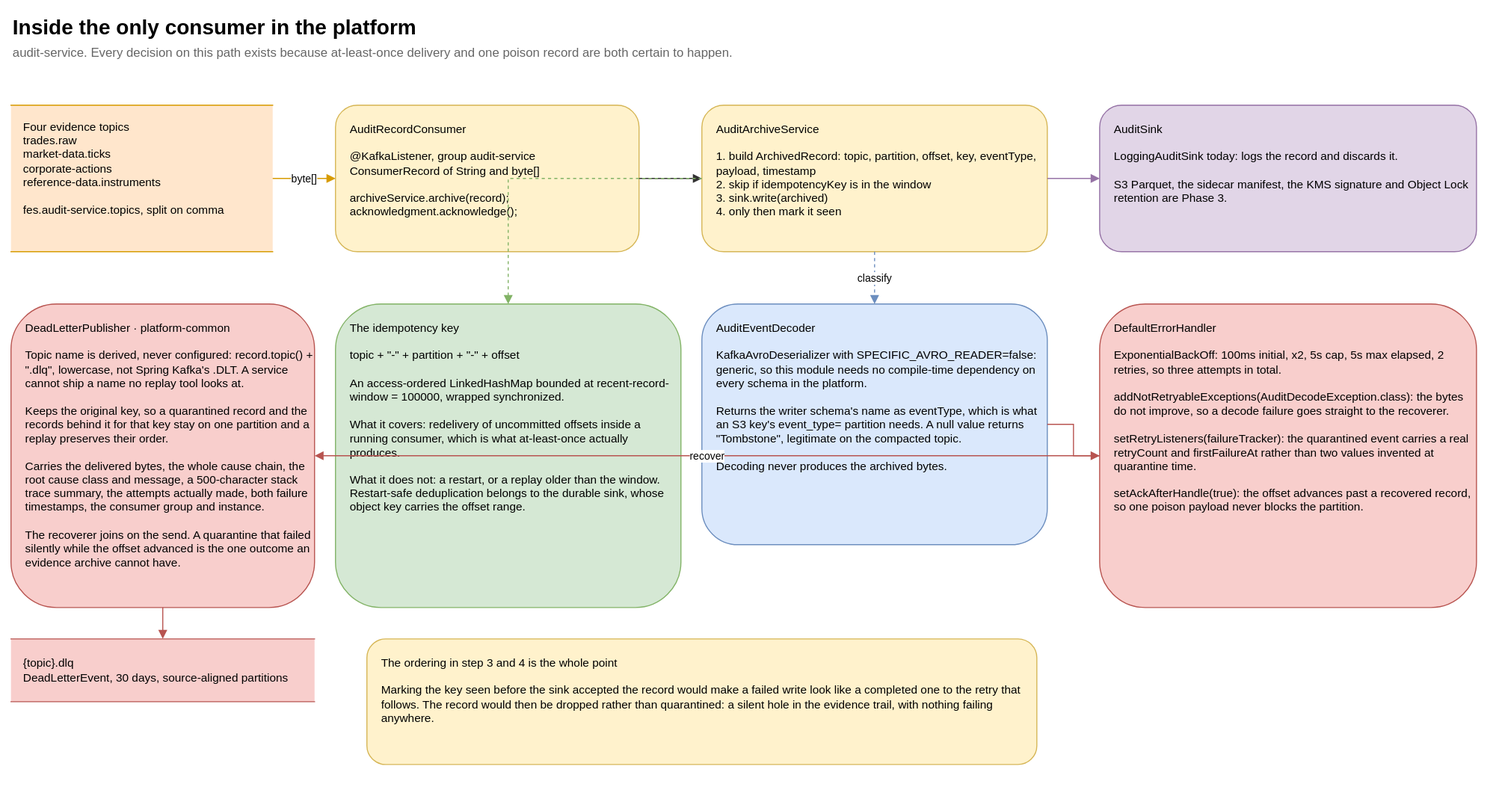
Earlier version of the draw.io export guide/docs/diagrams/audit-consumer.svg (salgotraja/financial-event-streaming-platform). Source tidied: cells renumbered, new cells last; positions are measured from the earlier drawing's top-left corner, leaving out a move shared by most shapes.
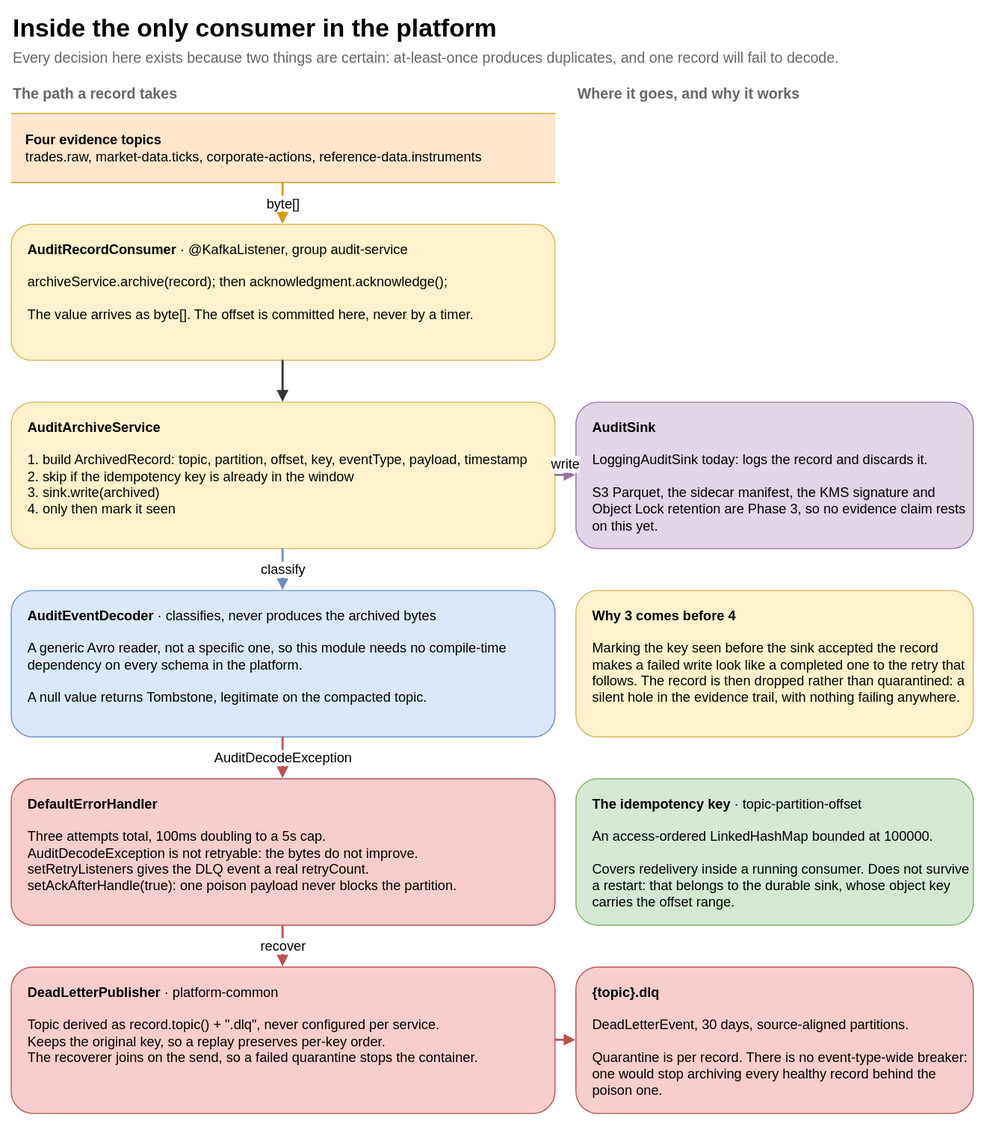
After the commit.

The edit, as a diff of the source:
```diff
@@ -2,65 +2,68 @@
   <root>
     <mxCell id="0" />
     <mxCell id="1" parent="0" />
-    <mxCell id="2" value="Inside the only consumer in the platform" style="text;html=1;strokeColor=none;fillColor=none;align=left;verticalAlign=middle;fontSize=20;fontStyle=1;" parent="1" vertex="1">
-      <mxGeometry width="900" height="30" as="geometry" />
+    <mxCell id="2" value="Inside the only consumer in the platform" style="text;html=1;strokeColor=none;fillColor=none;align=left;verticalAlign=middle;fontSize=24;fontStyle=1;" parent="1" vertex="1">
+      <mxGeometry x="-10" y="2" width="920" height="34" as="geometry" />
     </mxCell>
-    <mxCell id="3" value="audit-service. Every decision on this path exists because at-least-once delivery and one poison record are both certain to happen." style="text;html=1;strokeColor=none;fillColor=none;align=left;verticalAlign=middle;fontSize=12;fontColor=#666666;" parent="1" vertex="1">
-      <mxGeometry y="30" width="1300" height="20" as="geometry" />
+    <mxCell id="3" value="Every decision here exists because two things are certain: at-least-once produces duplicates, and one record will fail to decode." style="text;html=1;strokeColor=none;fillColor=none;align=left;verticalAlign=middle;fontSize=14;fontColor=#666666;" parent="1" vertex="1">
+      <mxGeometry x="-10" y="36" width="920" height="22" as="geometry" />
     </mxCell>
+    <mxCell id="22" value="The path a record takes" style="text;html=1;strokeColor=none;fillColor=none;align=left;verticalAlign=middle;fontSize=14;fontStyle=1;fontColor=#666666;" parent="1" vertex="1">
+      <mxGeometry x="-10" y="70" width="520" height="22" as="geometry" />
+    </mxCell>
+    <mxCell id="23" value="Where it goes, and why it works" style="text;html=1;strokeColor=none;fillColor=none;align=left;verticalAlign=middle;fontSize=14;fontStyle=1;fontColor=#666666;" parent="1" vertex="1">
+      <mxGeometry x="530" y="70" width="380" height="22" as="geometry" />
+    </mxCell>
-    <mxCell id="4" value="Four evidence topics&#10;trades.raw&#10;market-data.ticks&#10;corporate-actions&#10;reference-data.instruments&#10;&#10;fes.audit-service.topics, split on comma" style="shape=partialRectangle;whiteSpace=wrap;html=1;left=0;right=0;fillColor=#ffe6cc;strokeColor=#d79b00;fontSize=11;align=left;spacingLeft=10;verticalAlign=top;spacingTop=8;" parent="1" vertex="1">
-      <mxGeometry y="90" width="250" height="140" as="geometry" />
+    <mxCell id="4" value="&lt;b&gt;Four evidence topics&lt;/b&gt;&lt;br&gt;trades.raw, market-data.ticks, corporate-actions, reference-data.instruments" style="shape=partialRectangle;whiteSpace=wrap;html=1;left=0;right=0;fillColor=#ffe6cc;strokeColor=#d79b00;fontSize=13;align=left;spacingLeft=12;verticalAlign=middle;" parent="1" vertex="1">
+      <mxGeometry x="-10" y="100" width="520" height="66" as="geometry" />
     </mxCell>
-    <mxCell id="5" value="AuditRecordConsumer&#10;&#10;@KafkaListener, group audit-service&#10;ConsumerRecord of String and byte[]&#10;&#10;archiveService.archive(record);&#10;acknowledgment.acknowledge();" style="rounded=1;whiteSpace=wrap;html=1;fillColor=#fff2cc;strokeColor=#d6b656;fontSize=11;align=left;spacingLeft=12;verticalAlign=top;spacingTop=10;" parent="1" vertex="1">
-      <mxGeometry x="310" y="90" width="290" height="140" as="geometry" />
+    <mxCell id="5" value="&lt;b&gt;AuditRecordConsumer&lt;/b&gt; · @KafkaListener, group audit-service&lt;br&gt;&lt;br&gt;archiveService.archive(record); then acknowledgment.acknowledge();&lt;br&gt;&lt;br&gt;The value arrives as byte[]. The offset is committed here, never by a timer." style="rounded=1;whiteSpace=wrap;html=1;fillColor=#fff2cc;strokeColor=#d6b656;fontSize=13;align=left;spacingLeft=14;verticalAlign=top;spacingTop=10;" parent="1" vertex="1">
+      <mxGeometry x="-10" y="206" width="520" height="130" as="geometry" />
     </mxCell>
-    <mxCell id="6" value="AuditArchiveService&#10;&#10;1. build ArchivedRecord: topic, partition, offset, key, eventType, payload, timestamp&#10;2. skip if idempotencyKey is in the window&#10;3. sink.write(archived)&#10;4. only then mark it seen" style="rounded=1;whiteSpace=wrap;html=1;fillColor=#fff2cc;strokeColor=#d6b656;fontSize=11;align=left;spacingLeft=12;verticalAlign=top;spacingTop=10;" parent="1" vertex="1">
-      <mxGeometry x="660" y="90" width="330" height="140" as="geometry" />
+    <mxCell id="6" value="&lt;b&gt;AuditArchiveService&lt;/b&gt;&lt;br&gt;&lt;br&gt;1. build ArchivedRecord: topic, partition, offset, key, eventType, payload, timestamp&lt;br&gt;2. skip if the idempotency key is already in the window&lt;br&gt;3. sink.write(archived)&lt;br&gt;4. only then mark it seen" style="rounded=1;whiteSpace=wrap;html=1;fillColor=#fff2cc;strokeColor=#d6b656;fontSize=13;align=left;spacingLeft=14;verticalAlign=top;spacingTop=10;" parent="1" vertex="1">
+      <mxGeometry x="-10" y="376" width="520" height="140" as="geometry" />
     </mxCell>
-    <mxCell id="7" value="AuditSink&#10;&#10;LoggingAuditSink today: logs the record and discards it.&#10;&#10;S3 Parquet, the sidecar manifest, the KMS signature and Object Lock retention are Phase 3." style="rounded=1;whiteSpace=wrap;html=1;fillColor=#e1d5e7;strokeColor=#9673a6;fontSize=11;align=left;spacingLeft=12;verticalAlign=top;spacingTop=10;" parent="1" vertex="1">
-      <mxGeometry x="1040" y="90" width="360" height="140" as="geometry" />
-    </mxCell>
-    <mxCell id="8" value="AuditEventDecoder&#10;&#10;KafkaAvroDeserializer with SPECIFIC_AVRO_READER=false: generic, so this module needs no compile-time dependency on every schema in the platform.&#10;&#10;Returns the writer schema's name as eventType, which is what an S3 key's event_type= partition needs. A null value returns &quot;Tombstone&quot;, legitimate on the compacted topic.&#10;&#10;Decoding never produces the archived bytes." style="rounded=1;whiteSpace=wrap;html=1;fillColor=#dae8fc;strokeColor=#6c8ebf;fontSize=11;align=left;spacingLeft=12;verticalAlign=top;spacingTop=10;" parent="1" vertex="1">
-      <mxGeometry x="660" y="280" width="330" height="230" as="geometry" />
+    <mxCell id="8" value="&lt;b&gt;AuditEventDecoder&lt;/b&gt; · classifies, never produces the archived bytes&lt;br&gt;&lt;br&gt;A generic Avro reader, not a specific one, so this module needs no compile-time dependency on every schema in the platform.&lt;br&gt;&lt;br&gt;A null value returns Tombstone, legitimate on the compacted topic." style="rounded=1;whiteSpace=wrap;html=1;fillColor=#dae8fc;strokeColor=#6c8ebf;fontSize=13;align=left;spacingLeft=14;verticalAlign=top;spacingTop=10;" parent="1" vertex="1">
+      <mxGeometry x="-10" y="556" width="520" height="140" as="geometry" />
     </mxCell>
-    <mxCell id="9" value="The idempotency key&#10;&#10;topic + &quot;-&quot; + partition + &quot;-&quot; + offset&#10;&#10;An access-ordered LinkedHashMap bounded at recent-record-window = 100000, wrapped synchronized.&#10;&#10;What it covers: redelivery of uncommitted offsets inside a running consumer, which is what at-least-once actually produces.&#10;&#10;What it does not: a restart, or a replay older than the window. Restart-safe deduplication belongs to the durable sink, whose object key carries the offset range." style="rounded=1;whiteSpace=wrap;html=1;fillColor=#d5e8d4;strokeColor=#82b366;fontSize=11;align=left;spacingLeft=12;verticalAlign=top;spacingTop=10;" parent="1" vertex="1">
-      <mxGeometry x="310" y="280" width="330" height="290" as="geometry" />
-    </mxCell>
-    <mxCell id="10" value="DefaultErrorHandler&#10;&#10;ExponentialBackOff: 100ms initial, x2, 5s cap, 5s max elapsed, 2 retries, so three attempts in total.&#10;&#10;addNotRetryableExceptions(AuditDecodeException.class): the bytes do not improve, so a decode failure goes straight to the recoverer.&#10;&#10;setRetryListeners(failureTracker): the quarantined event carries a real retryCount and firstFailureAt rather than two values invented at quarantine time.&#10;&#10;setAckAfterHandle(true): the offset advances past a recovered record, so one poison payload never blocks the partition." style="rounded=1;whiteSpace=wrap;html=1;fillColor=#f8cecc;strokeColor=#b85450;fontSize=11;align=left;spacingLeft=12;verticalAlign=top;spacingTop=10;" parent="1" vertex="1">
-      <mxGeometry x="1040" y="280" width="360" height="290" as="geometry" />
+    <mxCell id="10" value="&lt;b&gt;DefaultErrorHandler&lt;/b&gt;&lt;br&gt;&lt;br&gt;Three attempts total, 100ms doubling to a 5s cap.&lt;br&gt;AuditDecodeException is not retryable: the bytes do not improve.&lt;br&gt;setRetryListeners gives the DLQ event a real retryCount.&lt;br&gt;setAckAfterHandle(true): one poison payload never blocks the partition." style="rounded=1;whiteSpace=wrap;html=1;fillColor=#f8cecc;strokeColor=#b85450;fontSize=13;align=left;spacingLeft=14;verticalAlign=top;spacingTop=10;" parent="1" vertex="1">
+      <mxGeometry x="-10" y="736" width="520" height="140" as="geometry" />
     </mxCell>
-    <mxCell id="11" value="DeadLetterPublisher · platform-common&#10;&#10;Topic name is derived, never configured: record.topic() + &quot;.dlq&quot;, lowercase, not Spring Kafka's .DLT. A service cannot ship a name no replay tool looks at.&#10;&#10;Keeps the original key, so a quarantined record and the records behind it for that key stay on one partition and a replay preserves their order.&#10;&#10;Carries the delivered bytes, the whole cause chain, the root cause class and message, a 500-character stack trace summary, the attempts actually made, both failure timestamps, the consumer group and instance.&#10;&#10;The recoverer joins on the send. A quarantine that failed silently while the offset advanced is the one outcome an evidence archive cannot have." style="rounded=1;whiteSpace=wrap;html=1;fillColor=#f8cecc;strokeColor=#b85450;fontSize=11;align=left;spacingLeft=12;verticalAlign=top;spacingTop=10;" parent="1" vertex="1">
-      <mxGeometry y="280" width="290" height="290" as="geometry" />
+    <mxCell id="11" value="&lt;b&gt;DeadLetterPublisher&lt;/b&gt; · platform-common&lt;br&gt;&lt;br&gt;Topic derived as record.topic() + &quot;.dlq&quot;, never configured per service.&lt;br&gt;Keeps the original key, so a replay preserves per-key order.&lt;br&gt;The recoverer joins on the send, so a failed quarantine stops the container." style="rounded=1;whiteSpace=wrap;html=1;fillColor=#f8cecc;strokeColor=#b85450;fontSize=13;align=left;spacingLeft=14;verticalAlign=top;spacingTop=10;" parent="1" vertex="1">
+      <mxGeometry x="-10" y="916" width="520" height="140" as="geometry" />
     </mxCell>
-    <mxCell id="12" value="{topic}.dlq&#10;DeadLetterEvent, 30 days, source-aligned partitions" style="shape=partialRectangle;whiteSpace=wrap;html=1;left=0;right=0;fillColor=#f8cecc;strokeColor=#b85450;fontSize=11;align=left;spacingLeft=10;" parent="1" vertex="1">
-      <mxGeometry y="600" width="290" height="60" as="geometry" />
-    </mxCell>
-    <mxCell id="13" value="byte[]" style="edgeStyle=orthogonalEdgeStyle;rounded=0;html=1;strokeColor=#d79b00;endArrow=block;fontSize=10;" parent="1" edge="1" source="4" target="5">
+    <mxCell id="13" value="byte[]" style="edgeStyle=orthogonalEdgeStyle;rounded=0;html=1;strokeColor=#d79b00;endArrow=block;strokeWidth=2;fontSize=13;" parent="1" edge="1" source="4" target="5">
       <mxGeometry relative="1" as="geometry" />
     </mxCell>
-    <mxCell id="14" style="edgeStyle=orthogonalEdgeStyle;rounded=0;html=1;strokeColor=#333333;endArrow=block;" parent="1" edge="1" source="5" target="6">
+    <mxCell id="14" style="edgeStyle=orthogonalEdgeStyle;rounded=0;html=1;strokeColor=#333333;endArrow=block;strokeWidth=2;" parent="1" edge="1" source="5" target="6">
       <mxGeometry relative="1" as="geometry" />
     </mxCell>
-    <mxCell id="15" style="edgeStyle=orthogonalEdgeStyle;rounded=0;html=1;strokeColor=#9673a6;endArrow=block;" parent="1" edge="1" source="6" target="7">
+    <mxCell id="15" value="classify" style="edgeStyle=orthogonalEdgeStyle;rounded=0;html=1;strokeColor=#6c8ebf;endArrow=block;strokeWidth=2;fontSize=13;" parent="1" edge="1" source="6" target="8">
       <mxGeometry relative="1" as="geometry" />
     </mxCell>
-    <mxCell id="16" value="classify" style="edgeStyle=orthogonalEdgeStyle;rounded=0;html=1;strokeColor=#6c8ebf;endArrow=block;dashed=1;fontSize=10;" parent="1" edge="1" source="6" target="8">
+    <mxCell id="16" value="AuditDecodeException" style="edgeStyle=orthogonalEdgeStyle;rounded=0;html=1;strokeColor=#b85450;endArrow=block;strokeWidth=2;fontSize=13;" parent="1" edge="1" source="8" target="10">
       <mxGeometry relative="1" as="geometry" />
     </mxCell>
-    <mxCell id="17" style="edgeStyle=orthogonalEdgeStyle;rounded=0;html=1;strokeColor=#82b366;endArrow=block;dashed=1;" parent="1" edge="1" source="6" target="9">
+    <mxCell id="17" value="recover" style="edgeStyle=orthogonalEdgeStyle;rounded=0;html=1;strokeColor=#b85450;endArrow=block;strokeWidth=2;fontSize=13;" parent="1" edge="1" source="10" target="11">
       <mxGeometry relative="1" as="geometry" />
     </mxCell>
+    <mxCell id="7" value="&lt;b&gt;AuditSink&lt;/b&gt;&lt;br&gt;&lt;br&gt;LoggingAuditSink today: logs the record and discards it.&lt;br&gt;&lt;br&gt;S3 Parquet, the sidecar manifest, the KMS signature and Object Lock retention are Phase 3, so no evidence claim rests on this yet." style="rounded=1;whiteSpace=wrap;html=1;fillColor=#e1d5e7;strokeColor=#9673a6;fontSize=13;align=left;spacingLeft=14;verticalAlign=top;spacingTop=10;" parent="1" vertex="1">
+      <mxGeometry x="530" y="376" width="380" height="140" as="geometry" />
+    </mxCell>
-    <mxCell id="18" style="edgeStyle=orthogonalEdgeStyle;rounded=0;html=1;strokeColor=#b85450;endArrow=block;fontSize=10;" parent="1" edge="1" source="8" target="10">
+    <mxCell id="18" value="write" style="edgeStyle=orthogonalEdgeStyle;rounded=0;html=1;strokeColor=#9673a6;endArrow=block;strokeWidth=2;fontSize=13;verticalAlign=bottom;" parent="1" edge="1" source="6" target="7">
       <mxGeometry relative="1" as="geometry" />
     </mxCell>
+    <mxCell id="24" value="&lt;b&gt;Why 3 comes before 4&lt;/b&gt;&lt;br&gt;&lt;br&gt;Marking the key seen before the sink accepted the record makes a failed write look like a completed one to the retry that follows. The record is then dropped rather than quarantined: a silent hole in the evidence trail, with nothing failing anywhere." style="rounded=1;whiteSpace=wrap;html=1;fillColor=#fff2cc;strokeColor=#d6b656;fontSize=13;align=left;spacingLeft=14;verticalAlign=top;spacingTop=10;" parent="1" vertex="1">
+      <mxGeometry x="530" y="556" width="380" height="140" as="geometry" />
+    </mxCell>
+    <mxCell id="25" value="&lt;b&gt;The idempotency key&lt;/b&gt; · topic-partition-offset&lt;br&gt;&lt;br&gt;An access-ordered LinkedHashMap bounded at 100000.&lt;br&gt;&lt;br&gt;Covers redelivery inside a running consumer. Does not survive a restart: that belongs to the durable sink, whose object key carries the offset range." style="rounded=1;whiteSpace=wrap;html=1;fillColor=#d5e8d4;strokeColor=#82b366;fontSize=13;align=left;spacingLeft=14;verticalAlign=top;spacingTop=10;" parent="1" vertex="1">
+      <mxGeometry x="530" y="736" width="380" height="140" as="geometry" />
+    </mxCell>
+    <mxCell id="26" value="&lt;b&gt;{topic}.dlq&lt;/b&gt;&lt;br&gt;&lt;br&gt;DeadLetterEvent, 30 days, source-aligned partitions.&lt;br&gt;&lt;br&gt;Quarantine is per record. There is no event-type-wide breaker: one would stop archiving every healthy record behind the poison one." style="rounded=1;whiteSpace=wrap;html=1;fillColor=#f8cecc;strokeColor=#b85450;fontSize=13;align=left;spacingLeft=14;verticalAlign=top;spacingTop=10;" parent="1" vertex="1">
+      <mxGeometry x="530" y="916" width="380" height="140" as="geometry" />
+    </mxCell>
-    <mxCell id="19" value="recover" style="edgeStyle=orthogonalEdgeStyle;rounded=0;html=1;strokeColor=#b85450;endArrow=block;fontSize=10;" parent="1" edge="1" source="10" target="11">
+    <mxCell id="19" style="edgeStyle=orthogonalEdgeStyle;rounded=0;html=1;strokeColor=#b85450;endArrow=block;strokeWidth=2;" parent="1" edge="1" source="11" target="26">
       <mxGeometry relative="1" as="geometry" />
     </mxCell>
-    <mxCell id="20" style="edgeStyle=orthogonalEdgeStyle;rounded=0;html=1;strokeColor=#b85450;endArrow=block;" parent="1" edge="1" source="11" target="12">
-      <mxGeometry relative="1" as="geometry" />
-    </mxCell>
-    <mxCell id="21" value="The ordering in step 3 and 4 is the whole point&#10;&#10;Marking the key seen before the sink accepted the record would make a failed write look like a completed one to the retry that follows. The record would then be dropped rather than quarantined: a silent hole in the evidence trail, with nothing failing anywhere." style="rounded=1;whiteSpace=wrap;html=1;fillColor=#fff2cc;strokeColor=#d6b656;fontSize=11;align=left;spacingLeft=12;verticalAlign=top;spacingTop=10;" parent="1" vertex="1">
-      <mxGeometry x="340" y="600" width="640" height="120" as="geometry" />
-    </mxCell>
   </root>
 </mxGraphModel>
```
